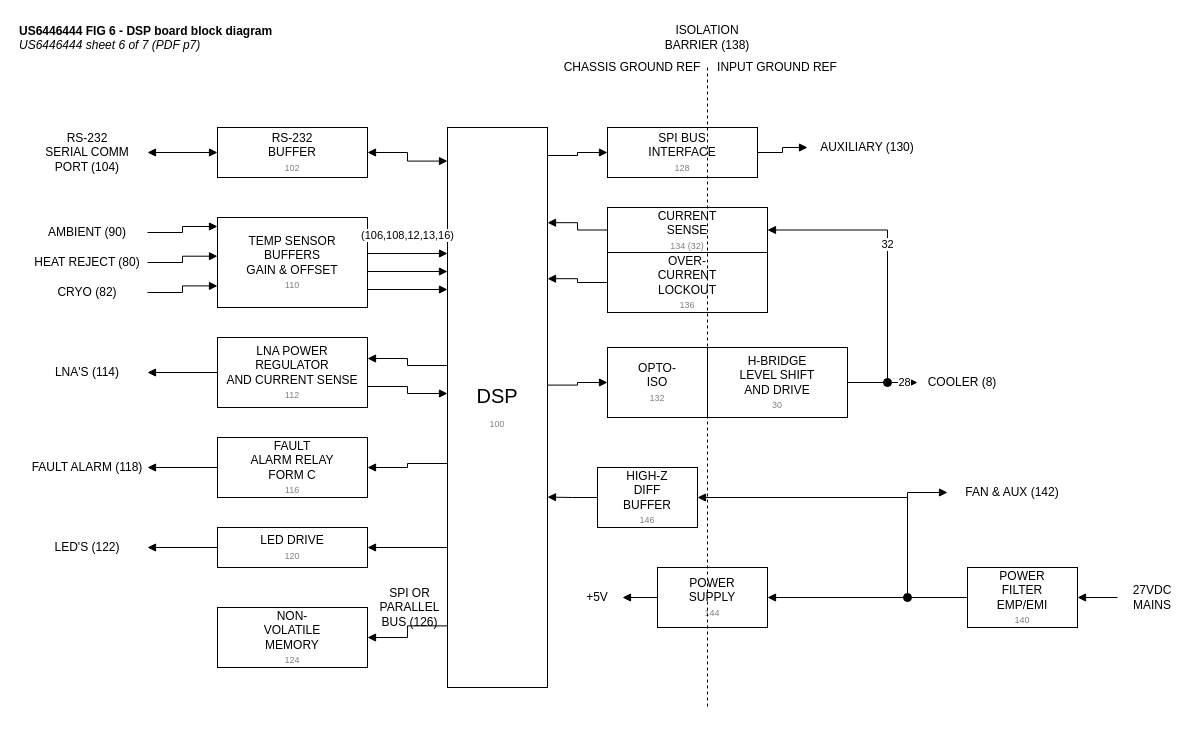
This is docs/oem-controller/US6446444/diagrams/fig6_dsp_board_block.drawio from jhyland87/Cryocooler-Controller, a draw.io file, before an edit. Source tidied: cells renumbered, new cells numbered last; positions are measured from the earlier drawing's top-left corner, leaving out a move shared by most shapes. Both pictures are drawn from the tidied source at 100%, with x=0, y=0 at pixel (17, 17).
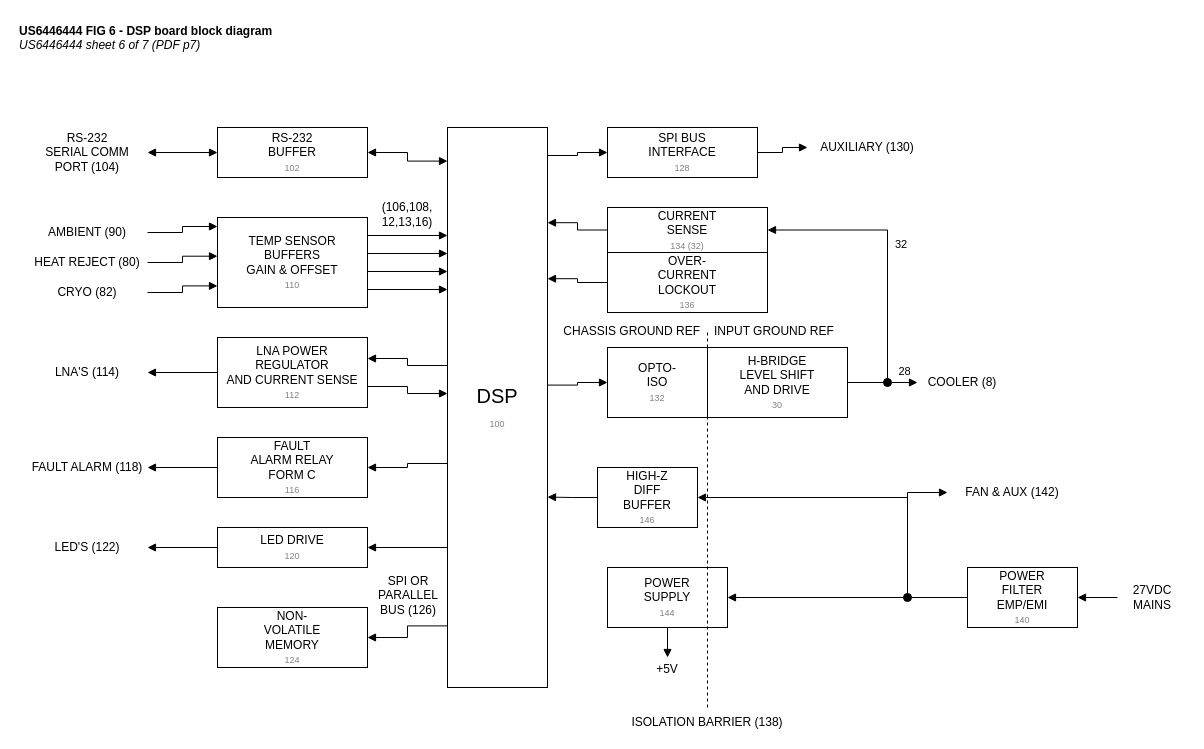
Above is the later version.

The change refers to these unchanged cells:
```xml
<mxCell id="3" value="DSP&lt;br&gt;&lt;font style=&quot;font-size:9px&quot; color=&quot;#808080&quot;&gt;100&lt;/font&gt;" style="rounded=0;whiteSpace=wrap;html=1;fontSize=20;" parent="1" vertex="1">
  <mxGeometry x="430" y="110" width="100" height="560" as="geometry" />
</mxCell>
<mxCell id="6" value="TEMP SENSOR&lt;br&gt;BUFFERS&lt;br&gt;GAIN &amp;amp; OFFSET&lt;br&gt;&lt;font style=&quot;font-size:9px&quot; color=&quot;#808080&quot;&gt;110&lt;/font&gt;" style="rounded=0;whiteSpace=wrap;html=1;" parent="1" vertex="1">
  <mxGeometry x="200" y="200" width="150" height="90" as="geometry" />
</mxCell>
<mxCell id="19" value="CURRENT&lt;br&gt;SENSE&lt;br&gt;&lt;font style=&quot;font-size:9px&quot; color=&quot;#808080&quot;&gt;134 (32)&lt;/font&gt;" style="rounded=0;whiteSpace=wrap;html=1;" parent="1" vertex="1">
  <mxGeometry x="590" y="190" width="160" height="45" as="geometry" />
</mxCell>
<mxCell id="23" style="ellipse;html=1;fillColor=#000000;strokeColor=#000000;" parent="1" vertex="1">
  <mxGeometry x="866" y="361" width="8" height="8" as="geometry" />
</mxCell>
<mxCell id="24" value="COOLER (8)" style="text;html=1;align=center;verticalAlign=middle;whiteSpace=wrap;strokeColor=none;fillColor=none;" parent="1" vertex="1">
  <mxGeometry x="900" y="355" width="90" height="20" as="geometry" />
</mxCell>
```

Diff of the diagram source:
```diff
@@
     <mxCell id="26" value="POWER&lt;br&gt;SUPPLY&lt;br&gt;&lt;font style=&quot;font-size:9px&quot; color=&quot;#808080&quot;&gt;144&lt;/font&gt;" style="rounded=0;whiteSpace=wrap;html=1;" parent="1" vertex="1">
-      <mxGeometry x="640" y="550" width="110" height="60" as="geometry" />
+      <mxGeometry x="590" y="550" width="120" height="60" as="geometry" />
     </mxCell>
     <mxCell id="27" value="+5V" style="text;html=1;align=center;verticalAlign=middle;whiteSpace=wrap;strokeColor=none;fillColor=none;" parent="1" vertex="1">
-      <mxGeometry x="555" y="565" width="50" height="30" as="geometry" />
+      <mxGeometry x="625" y="640" width="50" height="24" as="geometry" />
     </mxCell>
@@
-    <mxCell id="37" value="(106,108,12,13,16)" style="edgeStyle=orthogonalEdgeStyle;rounded=0;html=1;endArrow=block;endFill=1;exitX=1;exitY=0.2;exitDx=0;exitDy=0;entryX=0;entryY=0.19285714285714287;entryDx=0;entryDy=0;" parent="1" edge="1" source="6" target="3">
+    <mxCell id="37" style="edgeStyle=orthogonalEdgeStyle;rounded=0;html=1;endArrow=block;endFill=1;exitX=1;exitY=0.2;exitDx=0;exitDy=0;entryX=0;entryY=0.19285714285714287;entryDx=0;entryDy=0;" parent="1" edge="1" source="6" target="3">
       <mxGeometry relative="1" as="geometry" />
     </mxCell>
@@
+    <mxCell id="69" value="(106,108,&lt;br&gt;12,13,16)" style="text;html=1;align=center;verticalAlign=middle;whiteSpace=wrap;strokeColor=none;fillColor=none;" parent="1" vertex="1">
+      <mxGeometry x="352" y="182" width="76" height="30" as="geometry" />
+    </mxCell>
@@
     <mxCell id="48" value="SPI OR PARALLEL BUS (126)" style="text;html=1;align=center;verticalAlign=middle;whiteSpace=wrap;strokeColor=none;fillColor=none;" parent="1" vertex="1">
-      <mxGeometry x="355" y="570" width="75" height="40" as="geometry" />
+      <mxGeometry x="352" y="556" width="78" height="44" as="geometry" />
     </mxCell>
@@
-    <mxCell id="56" value="28" style="edgeStyle=orthogonalEdgeStyle;rounded=0;html=1;endArrow=block;endFill=1;" parent="1" edge="1" source="23" target="24">
+    <mxCell id="56" value="28" style="edgeStyle=orthogonalEdgeStyle;rounded=0;html=1;endArrow=block;endFill=1;verticalAlign=bottom;labelBackgroundColor=none;spacingBottom=2;" parent="1" edge="1" source="23" target="24">
       <mxGeometry relative="1" as="geometry" />
     </mxCell>
-    <mxCell id="57" value="32" style="edgeStyle=orthogonalEdgeStyle;rounded=0;html=1;endArrow=block;endFill=1;entryX=1;entryY=0.5;entryDx=0;entryDy=0;" parent="1" edge="1" source="23" target="19">
+    <mxCell id="57" value="32" style="edgeStyle=orthogonalEdgeStyle;rounded=0;html=1;endArrow=block;endFill=1;entryX=1;entryY=0.5;entryDx=0;entryDy=0;align=left;verticalAlign=middle;labelBackgroundColor=none;spacingLeft=6;" parent="1" edge="1" source="23" target="19">
       <mxGeometry relative="1" as="geometry">
         <Array as="points">
           <mxPoint x="870" y="212" />
         </Array>
       </mxGeometry>
     </mxCell>
@@
     <mxCell id="65" style="endArrow=none;html=1;rounded=0;dashed=1;" parent="1" edge="1">
       <mxGeometry relative="1" as="geometry">
-        <mxPoint x="690" y="50" as="sourcePoint" />
+        <mxPoint x="690" y="315" as="sourcePoint" />
         <mxPoint x="690" y="690" as="targetPoint" />
       </mxGeometry>
     </mxCell>
     <mxCell id="66" value="ISOLATION BARRIER (138)" style="text;html=1;align=center;verticalAlign=middle;whiteSpace=wrap;strokeColor=none;fillColor=none;" parent="1" vertex="1">
-      <mxGeometry x="630" y="10" width="120" height="20" as="geometry" />
+      <mxGeometry x="610" y="695" width="160" height="20" as="geometry" />
     </mxCell>
-    <mxCell id="67" value="CHASSIS GROUND REF" style="text;html=1;align=center;verticalAlign=middle;whiteSpace=wrap;strokeColor=none;fillColor=none;" parent="1" vertex="1">
-      <mxGeometry x="545" y="40" width="140" height="20" as="geometry" />
+    <mxCell id="67" value="CHASSIS GROUND REF" style="text;html=1;align=center;verticalAlign=middle;whiteSpace=wrap;strokeColor=none;fillColor=none;align=right;" parent="1" vertex="1">
+      <mxGeometry x="538" y="304" width="147" height="20" as="geometry" />
     </mxCell>
-    <mxCell id="68" value="INPUT GROUND REF" style="text;html=1;align=center;verticalAlign=middle;whiteSpace=wrap;strokeColor=none;fillColor=none;" parent="1" vertex="1">
-      <mxGeometry x="695" y="40" width="130" height="20" as="geometry" />
+    <mxCell id="68" value="INPUT GROUND REF" style="text;html=1;align=center;verticalAlign=middle;whiteSpace=wrap;strokeColor=none;fillColor=none;align=left;" parent="1" vertex="1">
+      <mxGeometry x="695" y="304" width="130" height="20" as="geometry" />
     </mxCell>
```
